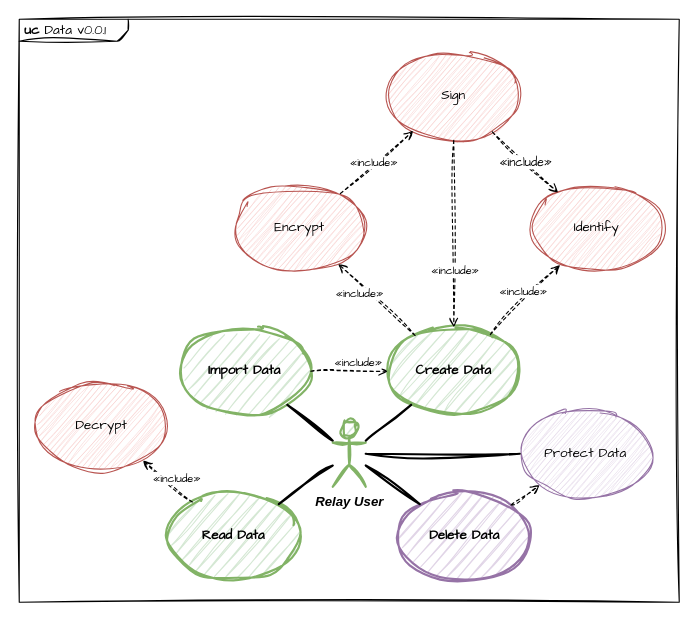
Earlier version of the draw.io diagram page "uc-data" (7 of 24) of doc/basic-actions.drawio (dhbmarcos/data-relay). Source tidied: cells renumbered, new cells numbered last; positions are measured from the earlier drawing's top-left corner, leaving out a move shared by most shapes. Both pictures are drawn from the tidied source at 110%, with x=0, y=0 at pixel (19, 19).
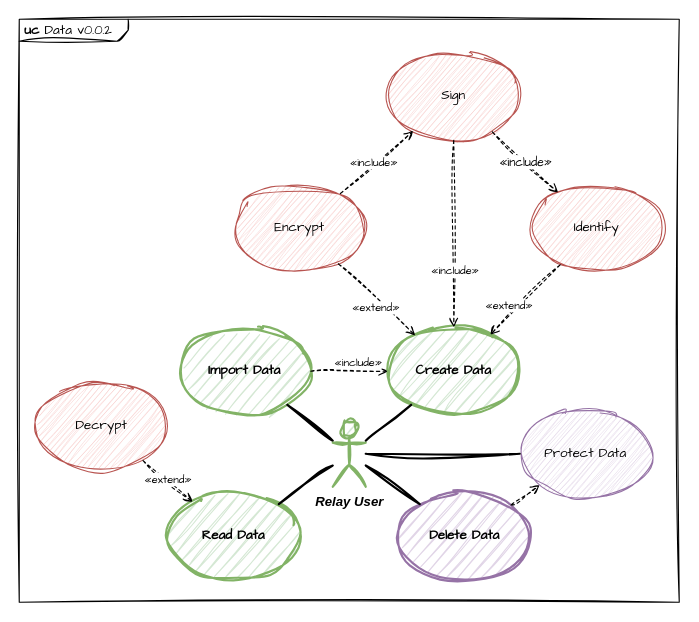
The same page after the edit.

Unchanged cells that the change refers to:
```xml
<mxCell id="3" value="Read Data" style="ellipse;whiteSpace=wrap;html=1;strokeWidth=2;labelBackgroundColor=none;fillColor=#d5e8d4;strokeColor=#82b366;fontFamily=Comic Sans MS;comic=1;shadow=0;fontStyle=1;sketch=1;curveFitting=1;jiggle=2;" parent="1" vertex="1">
  <mxGeometry x="135" y="430" width="120" height="80" as="geometry" />
</mxCell>
<mxCell id="4" value="Create Data" style="ellipse;whiteSpace=wrap;html=1;strokeWidth=2;labelBackgroundColor=none;fillColor=#d5e8d4;strokeColor=#82b366;fontFamily=Comic Sans MS;comic=1;shadow=0;fontStyle=1;sketch=1;curveFitting=1;jiggle=2;" parent="1" vertex="1">
  <mxGeometry x="335" y="280" width="120" height="80" as="geometry" />
</mxCell>
<mxCell id="10" value="Decrypt" style="ellipse;whiteSpace=wrap;html=1;strokeWidth=1;labelBackgroundColor=none;fillColor=#f8cecc;strokeColor=#b85450;fontFamily=Comic Sans MS;comic=1;shadow=0;sketch=1;curveFitting=1;jiggle=2;" parent="1" vertex="1">
  <mxGeometry x="15" y="330" width="120" height="80" as="geometry" />
</mxCell>
<mxCell id="13" value="Encrypt" style="ellipse;whiteSpace=wrap;html=1;strokeWidth=1;labelBackgroundColor=none;fillColor=#f8cecc;strokeColor=#b85450;fontFamily=Comic Sans MS;comic=1;shadow=0;sketch=1;curveFitting=1;jiggle=2;" parent="1" vertex="1">
  <mxGeometry x="195" y="150" width="120" height="80" as="geometry" />
</mxCell>
<mxCell id="22" value="Identify" style="ellipse;whiteSpace=wrap;html=1;strokeWidth=1;labelBackgroundColor=none;fillColor=#f8cecc;strokeColor=#b85450;fontFamily=Comic Sans MS;comic=1;shadow=0;sketch=1;curveFitting=1;jiggle=2;" parent="1" vertex="1">
  <mxGeometry x="465" y="150" width="120" height="80" as="geometry" />
</mxCell>
```

The edit, as a diff of the source:
```diff
@@
-    <mxCell id="2" value="&lt;p style=&quot;margin:0px;margin-top:4px;margin-left:5px;text-align:left;&quot;&gt;&lt;b&gt;uc&lt;/b&gt;&amp;nbsp;Data v0.0.1&lt;/p&gt;" style="html=1;shape=mxgraph.sysml.package;overflow=fill;labelX=99;align=left;spacingLeft=5;verticalAlign=top;spacingTop=-3;labelBackgroundColor=none;fontFamily=Comic Sans MS;comic=1;fillColor=none;shadow=0;strokeWidth=1;sketch=1;curveFitting=1;jiggle=2;" parent="1" vertex="1">
+    <mxCell id="2" value="&lt;p style=&quot;margin:0px;margin-top:4px;margin-left:5px;text-align:left;&quot;&gt;&lt;b&gt;uc&lt;/b&gt;&amp;nbsp;Data v0.0.2&lt;/p&gt;" style="html=1;shape=mxgraph.sysml.package;overflow=fill;labelX=99;align=left;spacingLeft=5;verticalAlign=top;spacingTop=-3;labelBackgroundColor=none;fontFamily=Comic Sans MS;comic=1;fillColor=none;shadow=0;strokeWidth=1;sketch=1;curveFitting=1;jiggle=2;" parent="1" vertex="1">
       <mxGeometry width="600" height="530" as="geometry" />
     </mxCell>
@@
-    <mxCell id="11" style="rounded=0;jettySize=auto;html=1;dashed=1;endArrow=open;endFill=0;fontFamily=Comic Sans MS;sketch=1;curveFitting=1;jiggle=2;" parent="1" edge="1" source="3" target="10">
+    <mxCell id="11" style="rounded=0;jettySize=auto;html=1;dashed=1;endArrow=open;endFill=0;fontFamily=Comic Sans MS;sketch=1;curveFitting=1;jiggle=2;" parent="1" edge="1" source="10" target="3">
       <mxGeometry relative="1" as="geometry" />
     </mxCell>
-    <mxCell id="12" value="«include»" style="edgeLabel;html=1;align=center;verticalAlign=middle;fontFamily=Comic Sans MS;fontSize=10;" parent="11" vertex="1">
+    <mxCell id="12" value="«extend»" style="edgeLabel;html=1;align=center;verticalAlign=middle;fontFamily=Comic Sans MS;fontSize=10;" parent="11" vertex="1">
       <mxGeometry x="0.21" relative="1" as="geometry">
-        <mxPoint x="12" as="offset" />
+        <mxPoint x="-5" y="-6" as="offset" />
       </mxGeometry>
     </mxCell>
@@
-    <mxCell id="14" style="rounded=0;jettySize=auto;html=1;dashed=1;endArrow=open;endFill=0;fontFamily=Comic Sans MS;sketch=1;curveFitting=1;jiggle=2;" parent="1" edge="1" source="4" target="13">
+    <mxCell id="14" style="rounded=0;jettySize=auto;html=1;dashed=1;endArrow=open;endFill=0;fontFamily=Comic Sans MS;sketch=1;curveFitting=1;jiggle=2;" parent="1" edge="1" source="13" target="4">
       <mxGeometry relative="1" as="geometry" />
     </mxCell>
-    <mxCell id="15" value="«include»" style="edgeLabel;html=1;align=center;verticalAlign=middle;fontFamily=Comic Sans MS;fontSize=10;" parent="14" vertex="1">
+    <mxCell id="15" value="«extend»" style="edgeLabel;html=1;align=center;verticalAlign=middle;fontFamily=Comic Sans MS;fontSize=10;" parent="14" vertex="1">
       <mxGeometry x="0.21" relative="1" as="geometry">
         <mxPoint x="-9" as="offset" />
       </mxGeometry>
     </mxCell>
@@
-    <mxCell id="23" style="rounded=0;jettySize=auto;html=1;dashed=1;endArrow=open;endFill=0;fontFamily=Comic Sans MS;sketch=1;curveFitting=1;jiggle=2;" parent="1" edge="1" source="4" target="22">
+    <mxCell id="23" style="rounded=0;jettySize=auto;html=1;dashed=1;endArrow=open;endFill=0;fontFamily=Comic Sans MS;sketch=1;curveFitting=1;jiggle=2;" parent="1" edge="1" source="22" target="4">
       <mxGeometry relative="1" as="geometry" />
     </mxCell>
-    <mxCell id="24" value="«include»" style="edgeLabel;html=1;align=center;verticalAlign=middle;fontFamily=Comic Sans MS;fontSize=10;" parent="23" vertex="1">
+    <mxCell id="24" value="«extend»" style="edgeLabel;html=1;align=center;verticalAlign=middle;fontFamily=Comic Sans MS;fontSize=10;" parent="23" vertex="1">
       <mxGeometry x="0.21" relative="1" as="geometry">
         <mxPoint x="-9" y="-2" as="offset" />
       </mxGeometry>
     </mxCell>
```
